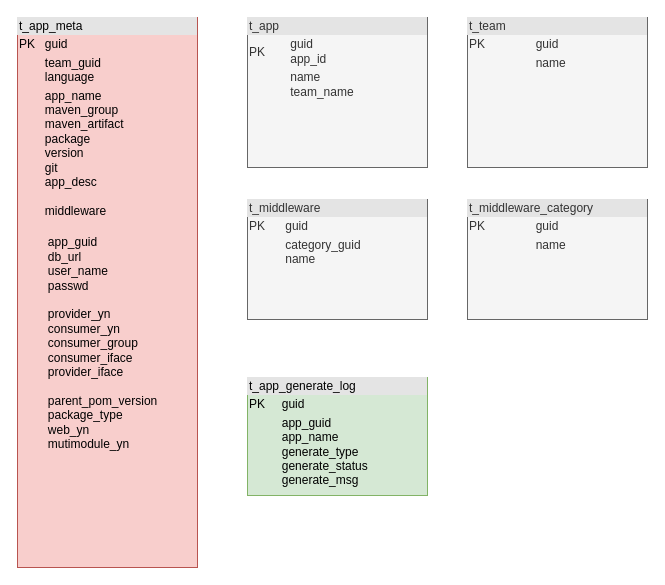
The draw.io diagram helloboot-framework.drawio in zyhui98/drawio, before the edit. Source tidied: cells renumbered, new cells numbered last; positions are measured from the earlier drawing's top-left corner, leaving out a move shared by most shapes. Both pictures are drawn from the tidied source at 100%, with x=0, y=0 at pixel (17, 17).
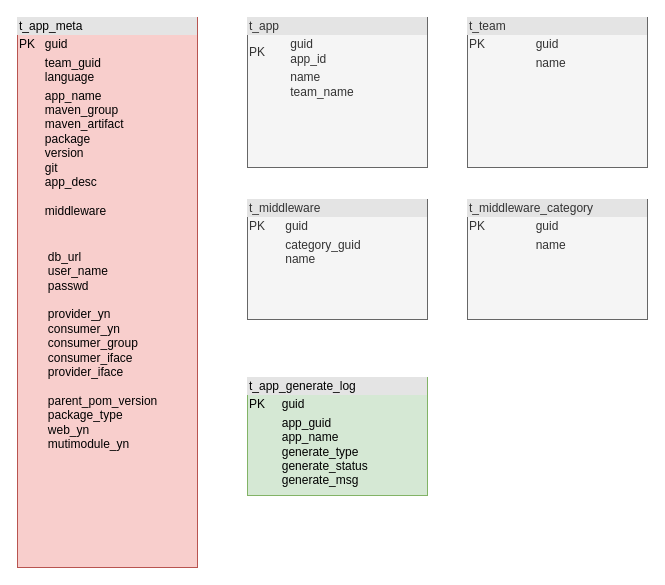
The same diagram, later.

Diff of the diagram source:
```diff
@@
 <mxGraphModel>
   <root>
     <mxCell id="0" />
     <mxCell id="1" parent="0" />
-    <mxCell id="2" value="&lt;div style=&quot;box-sizing: border-box ; width: 100% ; background: #e4e4e4 ; padding: 2px&quot;&gt;t_app_meta&lt;/div&gt;&lt;table style=&quot;width: 100% ; font-size: 1em&quot; cellpadding=&quot;2&quot; cellspacing=&quot;0&quot;&gt;&lt;tbody&gt;&lt;tr&gt;&lt;td&gt;PK&lt;/td&gt;&lt;td&gt;guid&lt;/td&gt;&lt;/tr&gt;&lt;tr&gt;&lt;td&gt;&lt;br&gt;&lt;/td&gt;&lt;td&gt;team_guid&lt;br&gt;language&lt;/td&gt;&lt;/tr&gt;&lt;tr&gt;&lt;td&gt;&lt;/td&gt;&lt;td&gt;app_name&lt;br&gt;maven_group&lt;br&gt;maven_artifact&lt;br&gt;package&lt;br&gt;version&lt;br&gt;git&lt;br&gt;app_desc&lt;br&gt;&lt;br&gt;middleware&lt;br&gt;&lt;br&gt;&lt;table&gt;&lt;tbody&gt;&lt;tr&gt;&lt;td&gt;app_guid&lt;br&gt;db_url&lt;br&gt;user_name&lt;br&gt;passwd&lt;br&gt;&lt;br&gt;provider_yn&lt;br&gt;consumer_yn&lt;br&gt;consumer_group&lt;br&gt;consumer_iface&lt;br&gt;provider_iface&lt;br&gt;&lt;br&gt;parent_pom_version&lt;br&gt;package_type&lt;br&gt;web_yn&lt;br&gt;mutimodule_yn&lt;br&gt;&lt;/td&gt;&lt;/tr&gt;&lt;/tbody&gt;&lt;/table&gt;&lt;br&gt;&lt;br&gt;&lt;br&gt;&lt;br&gt;&lt;br&gt;&lt;br&gt;&lt;br&gt;&lt;/td&gt;&lt;/tr&gt;&lt;/tbody&gt;&lt;/table&gt;" style="verticalAlign=top;align=left;overflow=fill;html=1;fillColor=#f8cecc;strokeColor=#b85450;" parent="1" vertex="1">
+    <mxCell id="2" value="&lt;div style=&quot;box-sizing: border-box ; width: 100% ; background: #e4e4e4 ; padding: 2px&quot;&gt;t_app_meta&lt;/div&gt;&lt;table style=&quot;width: 100% ; font-size: 1em&quot; cellpadding=&quot;2&quot; cellspacing=&quot;0&quot;&gt;&lt;tbody&gt;&lt;tr&gt;&lt;td&gt;PK&lt;/td&gt;&lt;td&gt;guid&lt;/td&gt;&lt;/tr&gt;&lt;tr&gt;&lt;td&gt;&lt;br&gt;&lt;/td&gt;&lt;td&gt;team_guid&lt;br&gt;language&lt;/td&gt;&lt;/tr&gt;&lt;tr&gt;&lt;td&gt;&lt;/td&gt;&lt;td&gt;app_name&lt;br&gt;maven_group&lt;br&gt;maven_artifact&lt;br&gt;package&lt;br&gt;version&lt;br&gt;git&lt;br&gt;app_desc&lt;br&gt;&lt;br&gt;middleware&lt;br&gt;&lt;br&gt;&lt;table&gt;&lt;tbody&gt;&lt;tr&gt;&lt;td&gt;&lt;br&gt;db_url&lt;br&gt;user_name&lt;br&gt;passwd&lt;br&gt;&lt;br&gt;provider_yn&lt;br&gt;consumer_yn&lt;br&gt;consumer_group&lt;br&gt;consumer_iface&lt;br&gt;provider_iface&lt;br&gt;&lt;br&gt;parent_pom_version&lt;br&gt;package_type&lt;br&gt;web_yn&lt;br&gt;mutimodule_yn&lt;br&gt;&lt;/td&gt;&lt;/tr&gt;&lt;/tbody&gt;&lt;/table&gt;&lt;br&gt;&lt;br&gt;&lt;br&gt;&lt;br&gt;&lt;br&gt;&lt;br&gt;&lt;br&gt;&lt;/td&gt;&lt;/tr&gt;&lt;/tbody&gt;&lt;/table&gt;" style="verticalAlign=top;align=left;overflow=fill;html=1;fillColor=#f8cecc;strokeColor=#b85450;" parent="1" vertex="1">
       <mxGeometry width="180" height="550" as="geometry" />
     </mxCell>
     <mxCell id="3" value="&lt;div style=&quot;box-sizing: border-box ; width: 100% ; background: #e4e4e4 ; padding: 2px&quot;&gt;t_middleware_category&lt;/div&gt;&lt;table style=&quot;width: 100% ; font-size: 1em&quot; cellpadding=&quot;2&quot; cellspacing=&quot;0&quot;&gt;&lt;tbody&gt;&lt;tr&gt;&lt;td&gt;PK&lt;/td&gt;&lt;td&gt;guid&lt;/td&gt;&lt;/tr&gt;&lt;tr&gt;&lt;td&gt;&lt;br&gt;&lt;/td&gt;&lt;td&gt;name&lt;br&gt;&lt;/td&gt;&lt;/tr&gt;&lt;tr&gt;&lt;td&gt;&lt;/td&gt;&lt;td&gt;&lt;br&gt;&lt;br&gt;&lt;br&gt;&lt;/td&gt;&lt;/tr&gt;&lt;/tbody&gt;&lt;/table&gt;" style="verticalAlign=top;align=left;overflow=fill;html=1;fillColor=#f5f5f5;strokeColor=#666666;fontColor=#333333;" parent="1" vertex="1">
       <mxGeometry x="450" y="182" width="180" height="120" as="geometry" />
     </mxCell>
     <mxCell id="4" value="&lt;div style=&quot;box-sizing: border-box ; width: 100% ; background: #e4e4e4 ; padding: 2px&quot;&gt;t_team&lt;/div&gt;&lt;table style=&quot;width: 100% ; font-size: 1em&quot; cellpadding=&quot;2&quot; cellspacing=&quot;0&quot;&gt;&lt;tbody&gt;&lt;tr&gt;&lt;td&gt;PK&lt;/td&gt;&lt;td&gt;guid&lt;/td&gt;&lt;/tr&gt;&lt;tr&gt;&lt;td&gt;&lt;br&gt;&lt;/td&gt;&lt;td&gt;name&lt;br&gt;&lt;br&gt;&lt;/td&gt;&lt;/tr&gt;&lt;tr&gt;&lt;td&gt;&lt;/td&gt;&lt;td&gt;&lt;br&gt;&lt;br&gt;&lt;br&gt;&lt;/td&gt;&lt;/tr&gt;&lt;/tbody&gt;&lt;/table&gt;" style="verticalAlign=top;align=left;overflow=fill;html=1;fillColor=#f5f5f5;strokeColor=#666666;fontColor=#333333;" parent="1" vertex="1">
       <mxGeometry x="450" width="180" height="150" as="geometry" />
     </mxCell>
     <mxCell id="5" value="&lt;div style=&quot;box-sizing: border-box ; width: 100% ; background: #e4e4e4 ; padding: 2px&quot;&gt;t_middleware&lt;/div&gt;&lt;table style=&quot;width: 100% ; font-size: 1em&quot; cellpadding=&quot;2&quot; cellspacing=&quot;0&quot;&gt;&lt;tbody&gt;&lt;tr&gt;&lt;td&gt;PK&lt;/td&gt;&lt;td&gt;guid&lt;/td&gt;&lt;/tr&gt;&lt;tr&gt;&lt;td&gt;&lt;br&gt;&lt;/td&gt;&lt;td&gt;category_guid&lt;br&gt;name&lt;br&gt;&lt;br&gt;&lt;br&gt;&lt;br&gt;&lt;br&gt;&lt;/td&gt;&lt;/tr&gt;&lt;tr&gt;&lt;td&gt;&lt;/td&gt;&lt;td&gt;&lt;br&gt;&lt;br&gt;&lt;br&gt;&lt;/td&gt;&lt;/tr&gt;&lt;/tbody&gt;&lt;/table&gt;" style="verticalAlign=top;align=left;overflow=fill;html=1;fillColor=#f5f5f5;strokeColor=#666666;fontColor=#333333;" parent="1" vertex="1">
       <mxGeometry x="230" y="182" width="180" height="120" as="geometry" />
     </mxCell>
     <mxCell id="6" value="&lt;div style=&quot;box-sizing: border-box ; width: 100% ; background: #e4e4e4 ; padding: 2px&quot;&gt;t_app_generate_log&lt;/div&gt;&lt;table style=&quot;width: 100% ; font-size: 1em&quot; cellpadding=&quot;2&quot; cellspacing=&quot;0&quot;&gt;&lt;tbody&gt;&lt;tr&gt;&lt;td&gt;PK&lt;/td&gt;&lt;td&gt;guid&lt;/td&gt;&lt;/tr&gt;&lt;tr&gt;&lt;td&gt;&lt;br&gt;&lt;/td&gt;&lt;td&gt;app_guid&lt;br&gt;app_name&lt;br&gt;generate_type&lt;br&gt;generate_status&lt;br&gt;generate_msg&lt;br&gt;&lt;br&gt;&lt;/td&gt;&lt;/tr&gt;&lt;tr&gt;&lt;td&gt;&lt;/td&gt;&lt;td&gt;&lt;br&gt;&lt;br&gt;&lt;/td&gt;&lt;/tr&gt;&lt;/tbody&gt;&lt;/table&gt;" style="verticalAlign=top;align=left;overflow=fill;html=1;fillColor=#d5e8d4;strokeColor=#82b366;" parent="1" vertex="1">
       <mxGeometry x="230" y="360" width="180" height="118" as="geometry" />
     </mxCell>
     <mxCell id="7" value="&lt;div style=&quot;box-sizing: border-box ; width: 100% ; background: #e4e4e4 ; padding: 2px&quot;&gt;t_app&lt;/div&gt;&lt;table style=&quot;width: 100% ; font-size: 1em&quot; cellpadding=&quot;2&quot; cellspacing=&quot;0&quot;&gt;&lt;tbody&gt;&lt;tr&gt;&lt;td&gt;PK&lt;/td&gt;&lt;td&gt;guid&lt;br&gt;app_id&lt;/td&gt;&lt;/tr&gt;&lt;tr&gt;&lt;td&gt;&lt;br&gt;&lt;/td&gt;&lt;td&gt;name&lt;br&gt;team_name&lt;/td&gt;&lt;/tr&gt;&lt;tr&gt;&lt;td&gt;&lt;/td&gt;&lt;td&gt;&lt;br&gt;&lt;br&gt;&lt;br&gt;&lt;/td&gt;&lt;/tr&gt;&lt;/tbody&gt;&lt;/table&gt;" style="verticalAlign=top;align=left;overflow=fill;html=1;fillColor=#f5f5f5;strokeColor=#666666;fontColor=#333333;" parent="1" vertex="1">
       <mxGeometry x="230" width="180" height="150" as="geometry" />
     </mxCell>
   </root>
 </mxGraphModel>
```
